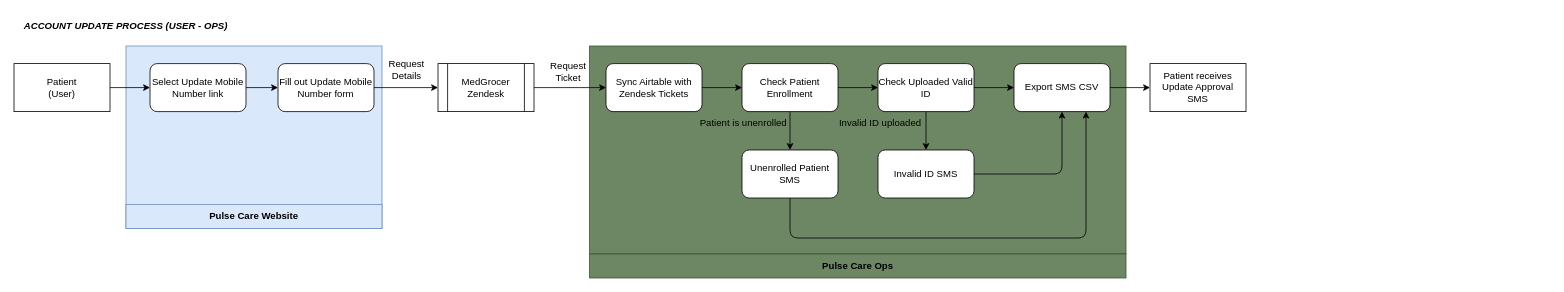
Earlier version of the draw.io diagram page "Data Flow Diagram" (1 of 2) of Patient Programs/NS Pulse Care/Account Update.dio (MedGrocer/diagrams). Source tidied: cells renumbered, new cells numbered last; positions are measured from the earlier drawing's top-left corner, leaving out a move shared by most shapes. Both pictures are drawn from the tidied source at 80%, with x=0, y=0 at pixel (14, 14).
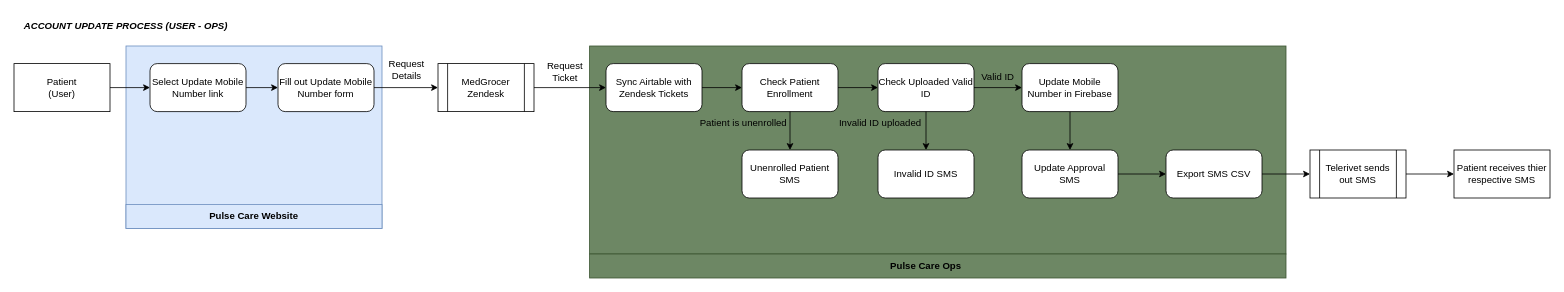
The same diagram, later.

The change refers to these unchanged cells:
```xml
<mxCell id="18" value="Check Uploaded Valid ID" style="rounded=1;whiteSpace=wrap;html=1;" parent="1" vertex="1">
  <mxGeometry x="1080" y="62" width="120" height="60" as="geometry" />
</mxCell>
<mxCell id="33" value="Unenrolled Patient SMS" style="rounded=1;whiteSpace=wrap;html=1;" parent="1" vertex="1">
  <mxGeometry x="910" y="170" width="120" height="60" as="geometry" />
</mxCell>
<mxCell id="35" value="Invalid ID SMS" style="rounded=1;whiteSpace=wrap;html=1;" parent="1" vertex="1">
  <mxGeometry x="1080" y="170" width="120" height="60" as="geometry" />
</mxCell>
```

Change to the diagram source:
```diff
@@
     <mxCell id="3" style="rounded=0;whiteSpace=wrap;html=1;fillColor=#6d8764;fontColor=#ffffff;strokeColor=#3A5431;" parent="1" vertex="1">
-      <mxGeometry x="719.5" y="40" width="670.5" height="260" as="geometry" />
+      <mxGeometry x="719.5" y="40" width="870.5" height="260" as="geometry" />
     </mxCell>
@@
     <mxCell id="12" value="Request Ticket" style="text;html=1;strokeColor=none;fillColor=none;align=center;verticalAlign=middle;whiteSpace=wrap;rounded=0;" parent="1" vertex="1">
-      <mxGeometry x="663" y="57" width="60" height="30" as="geometry" />
+      <mxGeometry x="659" y="57" width="60" height="30" as="geometry" />
     </mxCell>
@@
+    <mxCell id="36" style="edgeStyle=none;html=1;exitX=1;exitY=0.5;exitDx=0;exitDy=0;entryX=0;entryY=0.5;entryDx=0;entryDy=0;" parent="1" edge="1" source="18" target="43">
+      <mxGeometry relative="1" as="geometry" />
+    </mxCell>
@@
+    <mxCell id="37" style="edgeStyle=none;html=1;exitX=1;exitY=0.5;exitDx=0;exitDy=0;entryX=0;entryY=0.5;entryDx=0;entryDy=0;" parent="1" edge="1" source="20" target="39">
+      <mxGeometry relative="1" as="geometry" />
+    </mxCell>
     <mxCell id="20" value="Export SMS CSV" style="rounded=1;whiteSpace=wrap;html=1;" parent="1" vertex="1">
-      <mxGeometry x="1250" y="62" width="120" height="60" as="geometry" />
+      <mxGeometry x="1440" y="170" width="120" height="60" as="geometry" />
     </mxCell>
-    <mxCell id="21" style="edgeStyle=none;html=1;exitX=1;exitY=0.5;exitDx=0;exitDy=0;entryX=0;entryY=0.5;entryDx=0;entryDy=0;" parent="1" edge="1" source="18" target="20">
-      <mxGeometry relative="1" as="geometry" />
-    </mxCell>
@@
-    <mxCell id="24" value="Patient receives Update Approval SMS" style="rounded=0;whiteSpace=wrap;html=1;" parent="1" vertex="1">
-      <mxGeometry x="1420" y="62" width="120" height="60" as="geometry" />
+    <mxCell id="24" value="Patient receives thier respective SMS" style="rounded=0;whiteSpace=wrap;html=1;" parent="1" vertex="1">
+      <mxGeometry x="1800" y="170" width="120" height="60" as="geometry" />
     </mxCell>
@@
     <mxCell id="28" style="rounded=0;whiteSpace=wrap;html=1;fillColor=#6d8764;fontColor=#ffffff;strokeColor=#3A5431;" parent="1" vertex="1">
-      <mxGeometry x="719.5" y="300" width="670.5" height="30" as="geometry" />
+      <mxGeometry x="719.5" y="300" width="870.5" height="30" as="geometry" />
     </mxCell>
@@
     <mxCell id="30" value="Pulse Care Ops" style="text;html=1;strokeColor=none;fillColor=none;align=center;verticalAlign=middle;whiteSpace=wrap;rounded=0;fontStyle=1;" parent="1" vertex="1">
-      <mxGeometry x="994.8" y="300" width="120" height="30" as="geometry" />
+      <mxGeometry x="1080" y="300" width="120" height="30" as="geometry" />
     </mxCell>
-    <mxCell id="31" style="edgeStyle=none;html=1;exitX=1;exitY=0.5;exitDx=0;exitDy=0;" parent="1" edge="1" source="20" target="24">
-      <mxGeometry relative="1" as="geometry" />
-    </mxCell>
-    <mxCell id="32" style="edgeStyle=none;html=1;entryX=0.75;entryY=1;entryDx=0;entryDy=0;" parent="1" edge="1" source="33" target="20">
-      <mxGeometry relative="1" as="geometry">
-        <Array as="points">
-          <mxPoint x="970" y="280" />
-          <mxPoint x="1340" y="280" />
-        </Array>
-      </mxGeometry>
-    </mxCell>
@@
-    <mxCell id="34" style="edgeStyle=none;html=1;entryX=0.5;entryY=1;entryDx=0;entryDy=0;exitX=1;exitY=0.5;exitDx=0;exitDy=0;" parent="1" edge="1" source="35" target="20">
-      <mxGeometry relative="1" as="geometry">
-        <Array as="points">
-          <mxPoint x="1310" y="200" />
-        </Array>
-      </mxGeometry>
-    </mxCell>
@@
+    <mxCell id="38" style="edgeStyle=none;html=1;exitX=1;exitY=0.5;exitDx=0;exitDy=0;" parent="1" edge="1" source="39" target="24">
+      <mxGeometry relative="1" as="geometry" />
+    </mxCell>
+    <mxCell id="39" value="Telerivet sends out SMS" style="shape=process;whiteSpace=wrap;html=1;backgroundOutline=1;" parent="1" vertex="1">
+      <mxGeometry x="1620" y="170" width="120" height="60" as="geometry" />
+    </mxCell>
+    <mxCell id="40" style="edgeStyle=none;html=1;exitX=1;exitY=0.5;exitDx=0;exitDy=0;entryX=0;entryY=0.5;entryDx=0;entryDy=0;" parent="1" edge="1" source="41" target="20">
+      <mxGeometry relative="1" as="geometry" />
+    </mxCell>
+    <mxCell id="41" value="Update Approval SMS" style="rounded=1;whiteSpace=wrap;html=1;" parent="1" vertex="1">
+      <mxGeometry x="1260" y="170" width="120" height="60" as="geometry" />
+    </mxCell>
+    <mxCell id="42" style="edgeStyle=none;html=1;exitX=0.5;exitY=1;exitDx=0;exitDy=0;entryX=0.5;entryY=0;entryDx=0;entryDy=0;" parent="1" edge="1" source="43" target="41">
+      <mxGeometry relative="1" as="geometry" />
+    </mxCell>
+    <mxCell id="43" value="Update Mobile Number in Firebase" style="rounded=1;whiteSpace=wrap;html=1;" parent="1" vertex="1">
+      <mxGeometry x="1260" y="62" width="120" height="60" as="geometry" />
+    </mxCell>
+    <mxCell id="44" value="Valid ID" style="text;html=1;strokeColor=none;fillColor=none;align=center;verticalAlign=middle;whiteSpace=wrap;rounded=0;" parent="1" vertex="1">
+      <mxGeometry x="1170" y="64" width="120" height="30" as="geometry" />
+    </mxCell>
```
